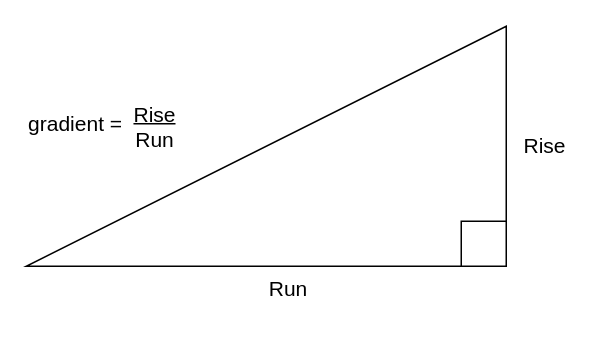
Earlier version of the draw.io diagram page "diagram" (4 of 4) of n5/N5-SDD-Gradient/assets/N5 SDD Gradient.drawio (MrFriendCS/MrFriendCS.github.io). Source tidied: cells renumbered, new cells numbered last; positions are measured from the earlier drawing's top-left corner, leaving out a move shared by most shapes. Both pictures are drawn from the tidied source at 150%, with x=0, y=0 at pixel (26, 26).
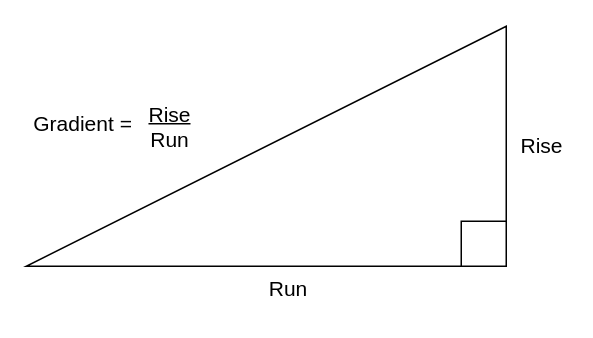
The same diagram, later.

Change to the diagram source:
```diff
@@
 <mxGraphModel>
   <root>
     <mxCell id="0" />
     <mxCell id="1" parent="0" />
     <mxCell id="2" style="verticalLabelPosition=bottom;verticalAlign=top;html=1;shape=mxgraph.basic.orthogonal_triangle;fontFamily=Helvetica;fontSize=11;fontColor=default;labelBackgroundColor=default;flipH=1;" parent="1" vertex="1">
       <mxGeometry width="320" height="160" as="geometry" />
     </mxCell>
     <mxCell id="3" style="whiteSpace=wrap;html=1;fontFamily=Helvetica;fontSize=11;fontColor=default;labelBackgroundColor=default;" parent="1" vertex="1">
       <mxGeometry x="290" y="130" width="30" height="30" as="geometry" />
     </mxCell>
-    <mxCell id="4" value="&lt;font style=&quot;font-size: 14px;&quot;&gt;Rise&lt;/font&gt;" style="text;html=1;align=left;verticalAlign=middle;whiteSpace=wrap;rounded=0;fontFamily=Helvetica;fontSize=11;fontColor=default;labelBackgroundColor=default;" parent="1" vertex="1">
+    <mxCell id="4" value="&lt;font style=&quot;font-size: 14px;&quot;&gt;Rise&lt;/font&gt;" style="text;html=1;align=right;verticalAlign=middle;whiteSpace=wrap;rounded=0;fontFamily=Helvetica;fontSize=11;fontColor=default;labelBackgroundColor=default;" parent="1" vertex="1">
       <mxGeometry x="330" y="65" width="30" height="30" as="geometry" />
     </mxCell>
     <mxCell id="5" value="&lt;font style=&quot;font-size: 14px;&quot;&gt;Run&lt;/font&gt;" style="text;html=1;align=center;verticalAlign=middle;whiteSpace=wrap;rounded=0;fontFamily=Helvetica;fontSize=12;fontColor=default;labelBackgroundColor=default;" parent="1" vertex="1">
       <mxGeometry x="160" y="160" width="30" height="30" as="geometry" />
     </mxCell>
-    <mxCell id="6" value="&lt;font style=&quot;font-size: 14px;&quot;&gt;gradient =&amp;nbsp;&lt;/font&gt;" style="text;html=1;align=center;verticalAlign=middle;whiteSpace=wrap;rounded=0;fontFamily=Helvetica;fontSize=12;fontColor=default;labelBackgroundColor=default;" parent="1" vertex="1">
-      <mxGeometry y="50" width="70" height="30" as="geometry" />
+    <mxCell id="6" value="&lt;font style=&quot;font-size: 14px;&quot;&gt;Gradient =&amp;nbsp;&lt;/font&gt;" style="text;html=1;align=center;verticalAlign=middle;whiteSpace=wrap;rounded=0;fontFamily=Helvetica;fontSize=12;fontColor=default;labelBackgroundColor=default;" parent="1" vertex="1">
+      <mxGeometry y="50" width="80" height="30" as="geometry" />
     </mxCell>
     <mxCell id="7" value="&lt;u style=&quot;font-size: 14px;&quot;&gt;&lt;font style=&quot;font-size: 14px;&quot;&gt;Rise&lt;/font&gt;&lt;/u&gt;&lt;div style=&quot;font-size: 14px;&quot;&gt;&lt;font style=&quot;font-size: 14px;&quot;&gt;Run&lt;/font&gt;&lt;/div&gt;" style="text;html=1;align=center;verticalAlign=middle;whiteSpace=wrap;rounded=0;fontFamily=Helvetica;fontSize=12;fontColor=default;labelBackgroundColor=default;" parent="1" vertex="1">
-      <mxGeometry x="56" y="52" width="60" height="30" as="geometry" />
+      <mxGeometry x="66" y="52" width="60" height="30" as="geometry" />
     </mxCell>
   </root>
 </mxGraphModel>
```
